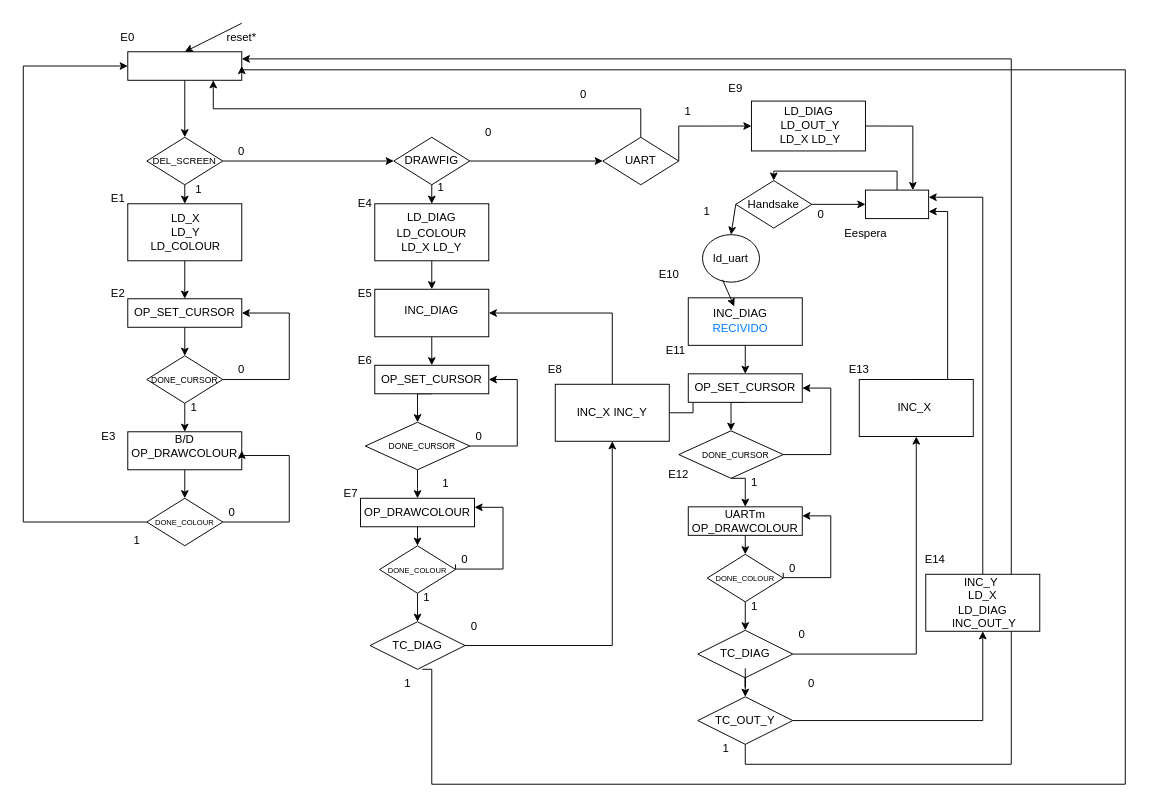
marcosChoucino/SIstemasDigitales keeps this draw.io diagram as Proyecto/Diseños/Lcd_draw_uc.drawio. Above is the earlier version. Source tidied: cells renumbered, new cells numbered last; positions are measured from the earlier drawing's top-left corner, leaving out a move shared by most shapes. Both pictures are drawn from the tidied source at 95%, with x=0, y=0 at pixel (23, 23).
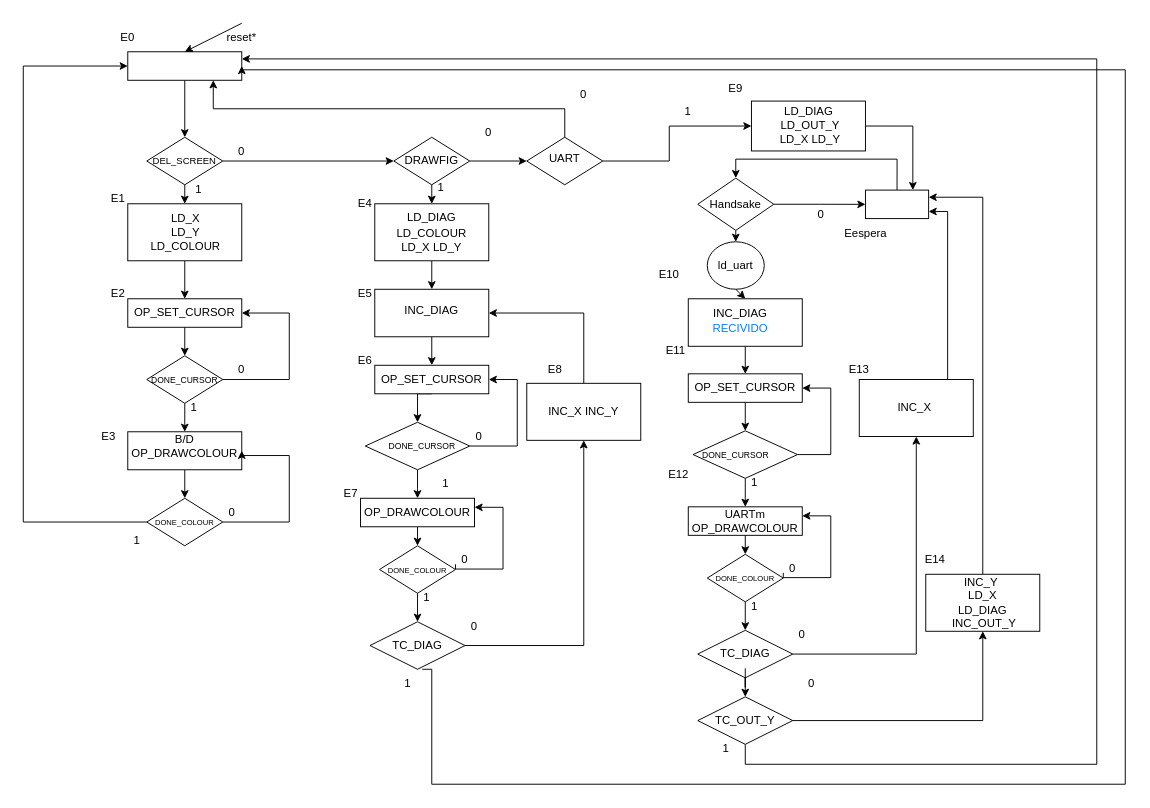
After the change.

Commit message:
Cambios esteticos ACABADO

Unchanged cells that the change refers to:
```xml
<mxCell id="3" style="rounded=0;whiteSpace=wrap;html=1;" parent="1" vertex="1">
  <mxGeometry x="110" y="30" width="120" height="30" as="geometry" />
</mxCell>
<mxCell id="82" style="rounded=0;whiteSpace=wrap;html=1;" parent="1" vertex="1">
  <mxGeometry x="766.5" y="81.9" width="120" height="52.5" as="geometry" />
</mxCell>
<mxCell id="102" value="INC_DIAG&lt;br&gt;&lt;font color=&quot;#007fff&quot;&gt;RECIVIDO&lt;/font&gt;" style="text;html=1;strokeColor=none;fillColor=none;align=center;verticalAlign=middle;whiteSpace=wrap;rounded=0;" parent="1" vertex="1">
  <mxGeometry x="720" y="298" width="70" height="30" as="geometry" />
</mxCell>
<mxCell id="111" value="OP_SET_CURSOR" style="text;html=1;strokeColor=none;fillColor=none;align=center;verticalAlign=middle;whiteSpace=wrap;rounded=0;" parent="1" vertex="1">
  <mxGeometry x="730" y="369" width="60" height="30" as="geometry" />
</mxCell>
<mxCell id="117" value="TC_OUT_Y" style="rhombus;whiteSpace=wrap;html=1;" parent="1" vertex="1">
  <mxGeometry x="710" y="709" width="100" height="50" as="geometry" />
</mxCell>
```

Diff of the diagram source:
```diff
@@
     <mxCell id="78" style="edgeStyle=orthogonalEdgeStyle;rounded=0;jettySize=auto;html=1;exitX=1;exitY=0.5;exitDx=0;exitDy=0;entryX=0;entryY=0.5;entryDx=0;entryDy=0;" parent="1" edge="1" source="79" target="82">
       <mxGeometry relative="1" as="geometry">
         <Array as="points">
-          <mxPoint x="690" y="108" />
+          <mxPoint x="680" y="145" />
+          <mxPoint x="680" y="108" />
         </Array>
       </mxGeometry>
     </mxCell>
     <mxCell id="79" style="rhombus;whiteSpace=wrap;html=1;" parent="1" vertex="1">
-      <mxGeometry x="610" y="120" width="80" height="50" as="geometry" />
+      <mxGeometry x="530" y="120" width="80" height="50" as="geometry" />
     </mxCell>
     <mxCell id="80" value="UART" style="text;html=1;strokeColor=none;fillColor=none;align=center;verticalAlign=middle;whiteSpace=wrap;rounded=0;" parent="1" vertex="1">
-      <mxGeometry x="620" y="130" width="60" height="30" as="geometry" />
+      <mxGeometry x="540" y="127.5" width="60" height="30" as="geometry" />
     </mxCell>
@@
-    <mxCell id="84" style="edgeStyle=orthogonalEdgeStyle;rounded=0;jettySize=auto;html=1;" parent="1" edge="1" source="85" target="111">
-      <mxGeometry relative="1" as="geometry" />
-    </mxCell>
     <mxCell id="85" value="INC_X INC_Y" style="whiteSpace=wrap;html=1;" parent="1" vertex="1">
-      <mxGeometry x="560" y="380" width="120" height="60" as="geometry" />
+      <mxGeometry x="530" y="379" width="120" height="60" as="geometry" />
     </mxCell>
@@
     <mxCell id="89" style="rounded=0;whiteSpace=wrap;html=1;" parent="1" vertex="1">
-      <mxGeometry x="700" y="289" width="120" height="50" as="geometry" />
+      <mxGeometry x="700" y="290" width="120" height="50" as="geometry" />
     </mxCell>
@@
     <mxCell id="96" style="rhombus;whiteSpace=wrap;html=1;" parent="1" vertex="1">
-      <mxGeometry x="690" y="429" width="110" height="50" as="geometry" />
+      <mxGeometry x="705" y="429" width="110" height="50" as="geometry" />
     </mxCell>
@@
     <mxCell id="115" style="edgeStyle=orthogonalEdgeStyle;rounded=0;jettySize=auto;html=1;exitX=0.5;exitY=1;exitDx=0;exitDy=0;entryX=1;entryY=0.25;entryDx=0;entryDy=0;" parent="1" edge="1" source="117" target="3">
       <mxGeometry relative="1" as="geometry">
         <Array as="points">
           <mxPoint x="760" y="780" />
-          <mxPoint x="1040" y="780" />
-          <mxPoint x="1040" y="38" />
+          <mxPoint x="1130" y="780" />
+          <mxPoint x="1130" y="38" />
         </Array>
       </mxGeometry>
     </mxCell>
@@
     <mxCell id="131" value="Handsake" style="rhombus;whiteSpace=wrap;html=1;" parent="1" vertex="1">
-      <mxGeometry x="750" y="165.6" width="80" height="50" as="geometry" />
+      <mxGeometry x="710" y="163" width="80" height="55" as="geometry" />
     </mxCell>
@@
-    <mxCell id="136" value="1" style="text;html=1;strokeColor=none;fillColor=none;align=center;verticalAlign=middle;whiteSpace=wrap;rounded=0;" parent="1" vertex="1">
-      <mxGeometry x="690" y="182.5" width="60" height="30" as="geometry" />
-    </mxCell>
@@
     <mxCell id="139" value="ld_uart" style="ellipse;whiteSpace=wrap;html=1;" parent="1" vertex="1">
-      <mxGeometry x="715" y="222.5" width="60" height="50" as="geometry" />
+      <mxGeometry x="720" y="230" width="60" height="50" as="geometry" />
     </mxCell>
-    <mxCell id="140" style="endArrow=classic;html=1;rounded=0;entryX=0.5;entryY=0;entryDx=0;entryDy=0;exitX=0;exitY=0.5;exitDx=0;exitDy=0;" parent="1" edge="1" source="131" target="139">
+    <mxCell id="140" style="endArrow=classic;html=1;rounded=0;entryX=0.5;entryY=0;entryDx=0;entryDy=0;exitX=0.5;exitY=1;exitDx=0;exitDy=0;" parent="1" edge="1" source="131" target="139">
       <mxGeometry relative="1" as="geometry" />
     </mxCell>
-    <mxCell id="141" style="endArrow=classic;html=1;rounded=0;exitX=0.35;exitY=0.95;exitDx=0;exitDy=0;exitPerimeter=0;" parent="1" edge="1" source="139" target="102">
-      <mxGeometry relative="1" as="geometry" />
-    </mxCell>
+    <mxCell id="142" style="endArrow=classic;html=1;rounded=0;entryX=0.5;entryY=0;entryDx=0;entryDy=0;exitX=0.5;exitY=1;exitDx=0;exitDy=0;" parent="1" edge="1" source="139" target="89">
+      <mxGeometry relative="1" as="geometry" />
+    </mxCell>
```
